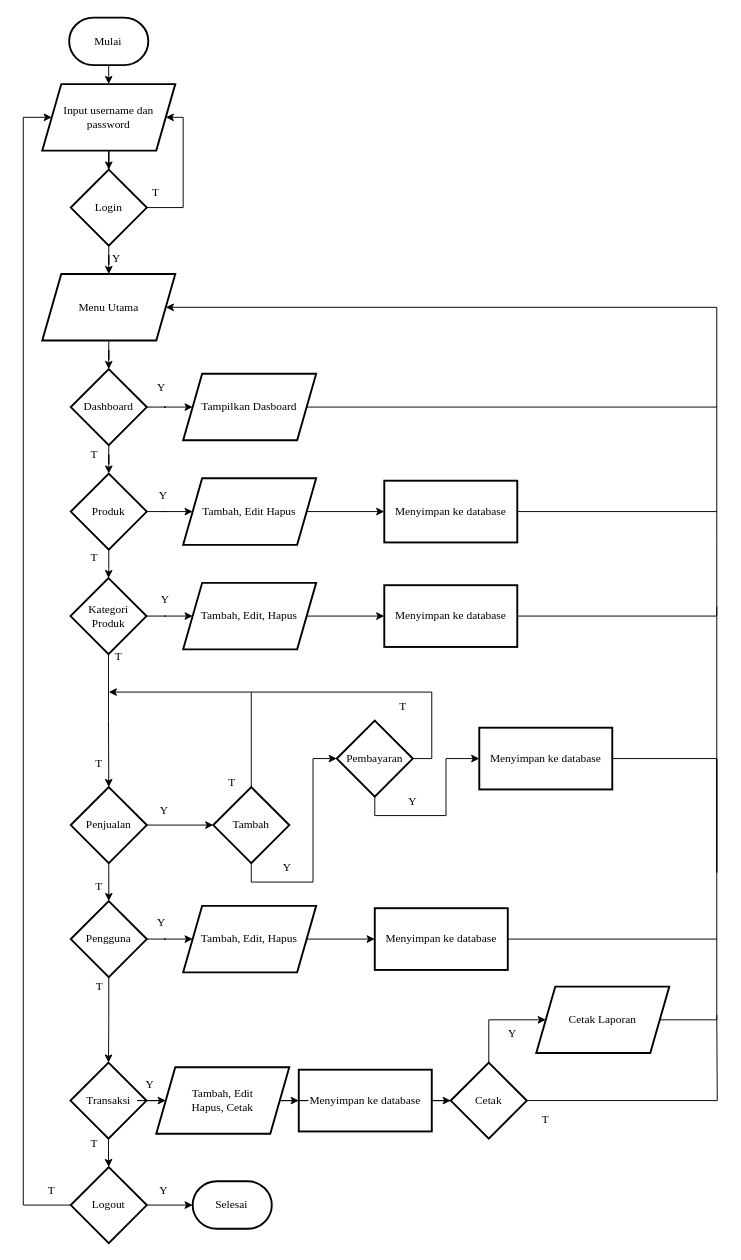
Above: page "Flowcart" (12 of 22) of TA.drawio in angelinahandini/TA (draw.io), before the change. Source tidied: cells renumbered, new cells numbered last; positions are measured from the earlier drawing's top-left corner, leaving out a move shared by most shapes. Both pictures are drawn from the tidied source at 95%, with x=0, y=0 at pixel (23, 17).
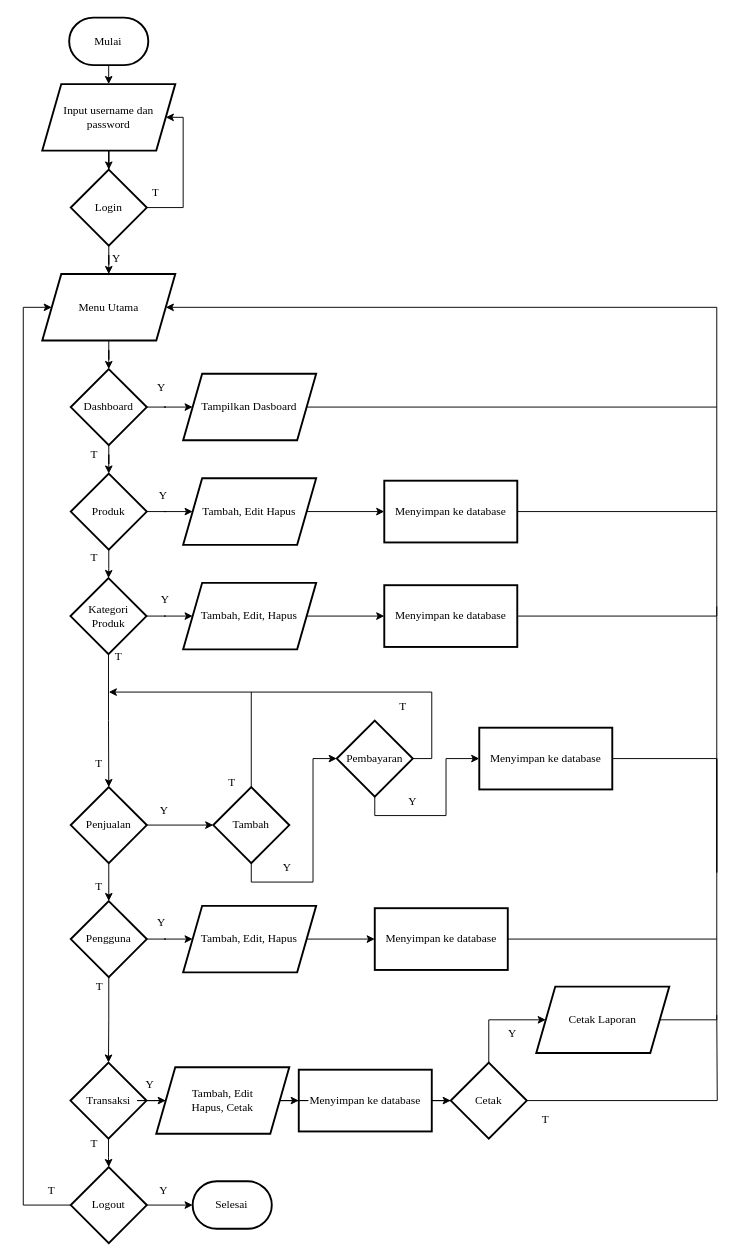
Above is the later version.

Unchanged cells that the change refers to:
```xml
<mxCell id="2" style="group;" parent="1" vertex="1">
  <mxGeometry width="730" height="1290" as="geometry" />
</mxCell>
<mxCell id="4" value="Input username dan password" style="shape=parallelogram;perimeter=parallelogramPerimeter;whiteSpace=wrap;html=1;fixedSize=1;strokeWidth=2;fontFamily=Times New Roman;" parent="2" vertex="1">
  <mxGeometry x="20" y="70" width="140" height="70" as="geometry" />
</mxCell>
<mxCell id="10" value="Menu Utama" style="shape=parallelogram;perimeter=parallelogramPerimeter;whiteSpace=wrap;html=1;fixedSize=1;strokeWidth=2;fontFamily=Times New Roman;" parent="2" vertex="1">
  <mxGeometry x="20" y="270" width="140" height="70" as="geometry" />
</mxCell>
<mxCell id="69" value="Logout" style="rhombus;whiteSpace=wrap;html=1;strokeWidth=2;fontFamily=Times New Roman;" parent="2" vertex="1">
  <mxGeometry x="50" y="1210" width="80" height="80" as="geometry" />
</mxCell>
```

What changed in the source:
```diff
@@
-    <mxCell id="68" style="edgeStyle=orthogonalEdgeStyle;rounded=0;jettySize=auto;html=1;entryX=0;entryY=0.5;entryDx=0;entryDy=0;fontFamily=Times New Roman;exitX=0;exitY=0.5;exitDx=0;exitDy=0;" parent="2" edge="1" source="69" target="4">
+    <mxCell id="68" style="edgeStyle=orthogonalEdgeStyle;rounded=0;jettySize=auto;html=1;entryX=0;entryY=0.5;entryDx=0;entryDy=0;fontFamily=Times New Roman;exitX=0;exitY=0.5;exitDx=0;exitDy=0;" parent="2" edge="1" source="69" target="10">
       <mxGeometry relative="1" as="geometry">
         <Array as="points">
           <mxPoint y="1250" />
-          <mxPoint y="105" />
+          <mxPoint y="305" />
         </Array>
       </mxGeometry>
     </mxCell>
```
